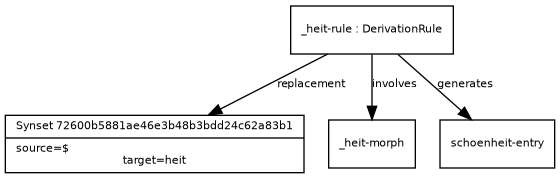
Earlier version of the Graphviz export examples/example_19.png (ontolex/morph). Its source is kept beside it as examples/example_19.dot.
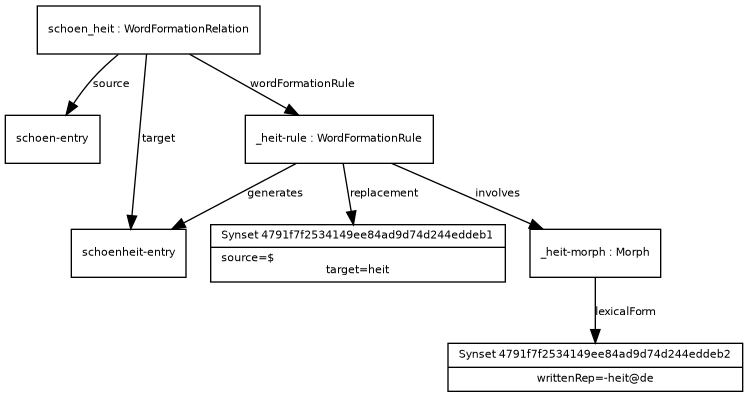
The same file after the commit.

The edit, as a diff of the source:
```diff
@@ -13,11 +13,18 @@
       fontsize = 8
     ]
 
-Synset72600b5881ae46e3b48b3bdd24c62a83b1 [ label="{Synset 72600b5881ae46e3b48b3bdd24c62a83b1|source=$\ltarget=heit}" ]
-_heitrule -> Synset72600b5881ae46e3b48b3bdd24c62a83b1 [ label="replacement" ]
-_heitmorph [ label="{_heit-morph}" ]
+schoenentry [ label="{schoen-entry}" ]
+schoen_heit -> schoenentry [ label="source" ]
+schoenheitentry [ label="{schoenheit-entry}" ]
+schoen_heit -> schoenheitentry [ label="target" ]
+Synset4791f7f2534149ee84ad9d74d244eddeb1 [ label="{Synset 4791f7f2534149ee84ad9d74d244eddeb1|source=$\ltarget=heit}" ]
+_heitrule -> Synset4791f7f2534149ee84ad9d74d244eddeb1 [ label="replacement" ]
+Synset4791f7f2534149ee84ad9d74d244eddeb2 [ label="{Synset 4791f7f2534149ee84ad9d74d244eddeb2|writtenRep=-heit@de}" ]
+_heitmorph -> Synset4791f7f2534149ee84ad9d74d244eddeb2 [ label="lexicalForm" ]
+_heitmorph [ label="{_heit-morph : Morph}" ]
 _heitrule -> _heitmorph [ label="involves" ]
-schoenheitentry [ label="{schoenheit-entry}" ]
 _heitrule -> schoenheitentry [ label="generates" ]
-_heitrule [ label="{_heit-rule : DerivationRule}" ]
+_heitrule [ label="{_heit-rule : WordFormationRule}" ]
+schoen_heit -> _heitrule [ label="wordFormationRule" ]
+schoen_heit [ label="{schoen_heit : WordFormationRelation}" ]
 }
```
